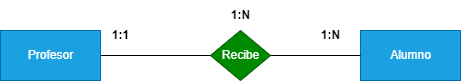
Before: tareas/tarea-1/images/ejercicio1.drawio.png, a diagram exported from draw.io (aguemarrero/base-datos). Source tidied: cells renumbered, new cells last; positions are measured from the earlier drawing's top-left corner, leaving out a move shared by most shapes. The source it was exported from:
```xml
<mxGraphModel>
  <root>
    <mxCell id="0" />
    <mxCell id="1" parent="0" />
    <mxCell id="2" style="edgeStyle=none;html=1;entryX=0;entryY=0.5;entryDx=0;entryDy=0;endArrow=none;endFill=0;" parent="1" edge="1" source="3" target="6">
      <mxGeometry relative="1" as="geometry" />
    </mxCell>
    <mxCell id="3" value="Profesor" style="html=1;dashed=0;whitespace=wrap;fillColor=#1ba1e2;fontColor=#ffffff;strokeColor=#006EAF;" parent="1" vertex="1">
      <mxGeometry y="30" width="100" height="50" as="geometry" />
    </mxCell>
    <mxCell id="4" value="Alumno" style="html=1;dashed=0;whitespace=wrap;fillColor=#1ba1e2;fontColor=#ffffff;strokeColor=#006EAF;" parent="1" vertex="1">
      <mxGeometry x="360" y="30" width="100" height="50" as="geometry" />
    </mxCell>
    <mxCell id="5" style="edgeStyle=none;html=1;entryX=0;entryY=0.5;entryDx=0;entryDy=0;endArrow=none;endFill=0;" parent="1" edge="1" source="6" target="4">
      <mxGeometry relative="1" as="geometry" />
    </mxCell>
    <mxCell id="6" value="Recibe" style="shape=rhombus;html=1;dashed=0;whitespace=wrap;perimeter=rhombusPerimeter;fillColor=#008a00;fontColor=#ffffff;strokeColor=#005700;" parent="1" vertex="1">
      <mxGeometry x="210" y="30" width="60" height="50" as="geometry" />
    </mxCell>
    <mxCell id="7" value="&lt;b&gt;1:N&lt;/b&gt;" style="text;html=1;align=center;verticalAlign=middle;strokeColor=none;fillColor=none;" parent="1" vertex="1">
      <mxGeometry x="310" y="20" width="40" height="30" as="geometry" />
    </mxCell>
    <mxCell id="8" value="&lt;b&gt;1:1&lt;/b&gt;" style="text;html=1;align=center;verticalAlign=middle;strokeColor=none;fillColor=none;" parent="1" vertex="1">
      <mxGeometry x="100" y="20" width="40" height="30" as="geometry" />
    </mxCell>
    <mxCell id="9" value="&lt;b&gt;1:N&lt;/b&gt;" style="text;html=1;align=center;verticalAlign=middle;strokeColor=none;fillColor=none;" parent="1" vertex="1">
      <mxGeometry x="220" width="40" height="30" as="geometry" />
    </mxCell>
  </root>
</mxGraphModel>
```
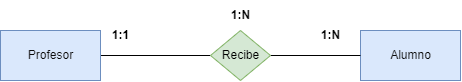
Later version of the same file.

Diff of the diagram source:
```diff
@@ -5,16 +5,16 @@
     <mxCell id="2" style="edgeStyle=none;html=1;entryX=0;entryY=0.5;entryDx=0;entryDy=0;endArrow=none;endFill=0;" parent="1" edge="1" source="3" target="6">
       <mxGeometry relative="1" as="geometry" />
     </mxCell>
-    <mxCell id="3" value="Profesor" style="html=1;dashed=0;whitespace=wrap;fillColor=#1ba1e2;fontColor=#ffffff;strokeColor=#006EAF;" parent="1" vertex="1">
+    <mxCell id="3" value="&lt;font color=&quot;#0d0c0c&quot;&gt;Profesor&lt;/font&gt;" style="html=1;dashed=0;whitespace=wrap;fillColor=#dae8fc;strokeColor=#6c8ebf;" parent="1" vertex="1">
       <mxGeometry y="30" width="100" height="50" as="geometry" />
     </mxCell>
-    <mxCell id="4" value="Alumno" style="html=1;dashed=0;whitespace=wrap;fillColor=#1ba1e2;fontColor=#ffffff;strokeColor=#006EAF;" parent="1" vertex="1">
+    <mxCell id="4" value="&lt;font color=&quot;#0a0a0a&quot;&gt;Alumno&lt;/font&gt;" style="html=1;dashed=0;whitespace=wrap;fillColor=#dae8fc;strokeColor=#6c8ebf;" parent="1" vertex="1">
       <mxGeometry x="360" y="30" width="100" height="50" as="geometry" />
     </mxCell>
     <mxCell id="5" style="edgeStyle=none;html=1;entryX=0;entryY=0.5;entryDx=0;entryDy=0;endArrow=none;endFill=0;" parent="1" edge="1" source="6" target="4">
       <mxGeometry relative="1" as="geometry" />
     </mxCell>
-    <mxCell id="6" value="Recibe" style="shape=rhombus;html=1;dashed=0;whitespace=wrap;perimeter=rhombusPerimeter;fillColor=#008a00;fontColor=#ffffff;strokeColor=#005700;" parent="1" vertex="1">
+    <mxCell id="6" value="&lt;font color=&quot;#000000&quot;&gt;Recibe&lt;/font&gt;" style="shape=rhombus;html=1;dashed=0;whitespace=wrap;perimeter=rhombusPerimeter;fillColor=#d5e8d4;strokeColor=#82b366;" parent="1" vertex="1">
       <mxGeometry x="210" y="30" width="60" height="50" as="geometry" />
     </mxCell>
     <mxCell id="7" value="&lt;b&gt;1:N&lt;/b&gt;" style="text;html=1;align=center;verticalAlign=middle;strokeColor=none;fillColor=none;" parent="1" vertex="1">
```
